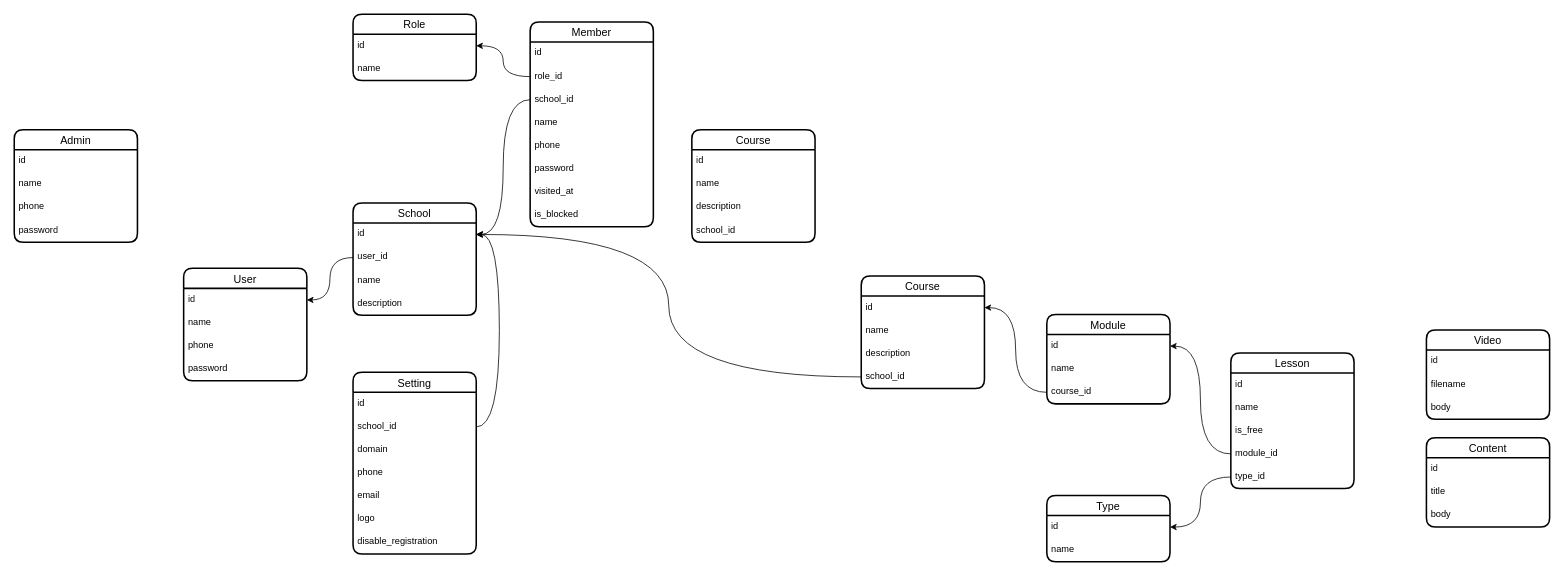
Earlier version of the draw.io diagram Karsoft - LMS.drawio (iztileuoff/databases). Source tidied: cells renumbered, new cells numbered last; positions are measured from the earlier drawing's top-left corner, leaving out a move shared by most shapes. Both pictures are drawn from the tidied source at 77%, with x=0, y=0 at pixel (14, 14).
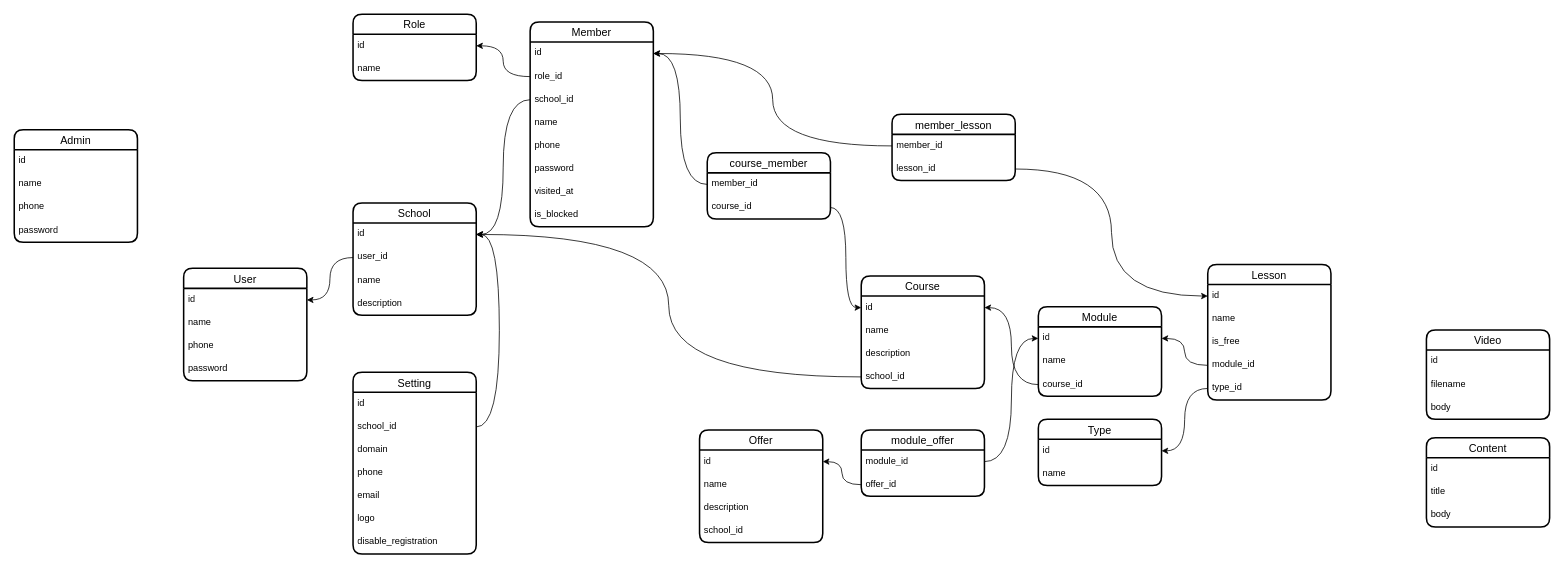
Above is the later version.

Unchanged cells that the change refers to:
```xml
<mxCell id="13" value="id" style="text;strokeColor=none;fillColor=none;spacingLeft=4;spacingRight=4;overflow=hidden;points=[[0,0.5],[1,0.5]];portConstraint=eastwest;fontSize=12;whiteSpace=wrap;html=1;" parent="12" vertex="1">
  <mxGeometry y="26" width="160" height="30" as="geometry" />
</mxCell>
<mxCell id="30" value="id" style="text;strokeColor=none;fillColor=none;spacingLeft=4;spacingRight=4;overflow=hidden;points=[[0,0.5],[1,0.5]];portConstraint=eastwest;fontSize=12;whiteSpace=wrap;html=1;" parent="29" vertex="1">
  <mxGeometry y="26" width="160" height="30" as="geometry" />
</mxCell>
<mxCell id="35" value="id" style="text;strokeColor=none;fillColor=none;spacingLeft=4;spacingRight=4;overflow=hidden;points=[[0,0.5],[1,0.5]];portConstraint=eastwest;fontSize=12;whiteSpace=wrap;html=1;" parent="34" vertex="1">
  <mxGeometry y="26" width="160" height="30" as="geometry" />
</mxCell>
<mxCell id="39" value="id" style="text;strokeColor=none;fillColor=none;spacingLeft=4;spacingRight=4;overflow=hidden;points=[[0,0.5],[1,0.5]];portConstraint=eastwest;fontSize=12;whiteSpace=wrap;html=1;" parent="38" vertex="1">
  <mxGeometry y="26" width="160" height="30" as="geometry" />
</mxCell>
```

What changed in the source:
```diff
@@
     <mxCell id="34" value="Module" style="swimlane;fontStyle=0;horizontal=1;startSize=26;align=center;fontSize=14;strokeWidth=2;rounded=1;shadow=0;glass=0;swimlaneLine=1;" parent="1" vertex="1">
-      <mxGeometry x="1341" y="390" width="160" height="116" as="geometry" />
+      <mxGeometry x="1330" y="380" width="160" height="116" as="geometry" />
     </mxCell>
@@
     <mxCell id="38" value="Lesson" style="swimlane;fontStyle=0;horizontal=1;startSize=26;align=center;fontSize=14;strokeWidth=2;rounded=1;shadow=0;glass=0;swimlaneLine=1;" parent="1" vertex="1">
-      <mxGeometry x="1580" y="440" width="160" height="176" as="geometry" />
+      <mxGeometry x="1550" y="325" width="160" height="176" as="geometry" />
     </mxCell>
@@
     <mxCell id="48" value="Type" style="swimlane;fontStyle=0;horizontal=1;startSize=26;align=center;fontSize=14;strokeWidth=2;rounded=1;shadow=0;glass=0;swimlaneLine=1;" parent="1" vertex="1">
-      <mxGeometry x="1341" y="625" width="160" height="86" as="geometry" />
+      <mxGeometry x="1330" y="526" width="160" height="86" as="geometry" />
     </mxCell>
@@
-    <mxCell id="71" value="Course" style="swimlane;fontStyle=0;horizontal=1;startSize=26;align=center;fontSize=14;strokeWidth=2;rounded=1;shadow=0;glass=0;swimlaneLine=1;" parent="1" vertex="1">
-      <mxGeometry x="880" y="150" width="160" height="146" as="geometry" />
+    <mxCell id="71" value="course_member" style="swimlane;fontStyle=0;horizontal=1;startSize=26;align=center;fontSize=14;strokeWidth=2;rounded=1;shadow=0;glass=0;swimlaneLine=1;" parent="1" vertex="1">
+      <mxGeometry x="900" y="180" width="160" height="86" as="geometry" />
     </mxCell>
+    <mxCell id="73" value="member_id" style="text;strokeColor=none;fillColor=none;spacingLeft=4;spacingRight=4;overflow=hidden;points=[[0,0.5],[1,0.5]];portConstraint=eastwest;fontSize=12;whiteSpace=wrap;html=1;" parent="71" vertex="1">
+      <mxGeometry y="26" width="160" height="30" as="geometry" />
+    </mxCell>
-    <mxCell id="72" value="id" style="text;strokeColor=none;fillColor=none;spacingLeft=4;spacingRight=4;overflow=hidden;points=[[0,0.5],[1,0.5]];portConstraint=eastwest;fontSize=12;whiteSpace=wrap;html=1;" parent="71" vertex="1">
-      <mxGeometry y="26" width="160" height="30" as="geometry" />
+    <mxCell id="72" value="course_id" style="text;strokeColor=none;fillColor=none;spacingLeft=4;spacingRight=4;overflow=hidden;points=[[0,0.5],[1,0.5]];portConstraint=eastwest;fontSize=12;whiteSpace=wrap;html=1;" parent="71" vertex="1">
+      <mxGeometry y="56" width="160" height="30" as="geometry" />
     </mxCell>
-    <mxCell id="73" value="name" style="text;strokeColor=none;fillColor=none;spacingLeft=4;spacingRight=4;overflow=hidden;points=[[0,0.5],[1,0.5]];portConstraint=eastwest;fontSize=12;whiteSpace=wrap;html=1;" parent="71" vertex="1">
-      <mxGeometry y="56" width="160" height="30" as="geometry" />
-    </mxCell>
+    <mxCell id="76" value="member_lesson" style="swimlane;fontStyle=0;horizontal=1;startSize=26;align=center;fontSize=14;strokeWidth=2;rounded=1;shadow=0;glass=0;swimlaneLine=1;" parent="1" vertex="1">
+      <mxGeometry x="1140" y="130" width="160" height="86" as="geometry" />
+    </mxCell>
+    <mxCell id="77" value="member_id" style="text;strokeColor=none;fillColor=none;spacingLeft=4;spacingRight=4;overflow=hidden;points=[[0,0.5],[1,0.5]];portConstraint=eastwest;fontSize=12;whiteSpace=wrap;html=1;" parent="76" vertex="1">
+      <mxGeometry y="26" width="160" height="30" as="geometry" />
+    </mxCell>
+    <mxCell id="78" value="lesson_id" style="text;strokeColor=none;fillColor=none;spacingLeft=4;spacingRight=4;overflow=hidden;points=[[0,0.5],[1,0.5]];portConstraint=eastwest;fontSize=12;whiteSpace=wrap;html=1;" parent="76" vertex="1">
+      <mxGeometry y="56" width="160" height="30" as="geometry" />
+    </mxCell>
+    <mxCell id="79" style="edgeStyle=orthogonalEdgeStyle;rounded=0;jettySize=auto;html=1;entryX=0;entryY=0.5;entryDx=0;entryDy=0;curved=1;" parent="1" edge="1" source="72" target="30">
+      <mxGeometry relative="1" as="geometry" />
+    </mxCell>
+    <mxCell id="80" style="edgeStyle=orthogonalEdgeStyle;rounded=0;jettySize=auto;html=1;entryX=1;entryY=0.5;entryDx=0;entryDy=0;curved=1;" parent="1" edge="1" source="73" target="13">
+      <mxGeometry relative="1" as="geometry" />
+    </mxCell>
+    <mxCell id="81" style="edgeStyle=orthogonalEdgeStyle;rounded=0;jettySize=auto;html=1;entryX=1;entryY=0.5;entryDx=0;entryDy=0;curved=1;" parent="1" edge="1" source="77" target="13">
+      <mxGeometry relative="1" as="geometry" />
+    </mxCell>
+    <mxCell id="82" style="edgeStyle=orthogonalEdgeStyle;rounded=0;jettySize=auto;html=1;entryX=0;entryY=0.5;entryDx=0;entryDy=0;curved=1;" parent="1" edge="1" source="78" target="39">
+      <mxGeometry relative="1" as="geometry" />
+    </mxCell>
+    <mxCell id="83" value="Offer" style="swimlane;fontStyle=0;horizontal=1;startSize=26;align=center;fontSize=14;strokeWidth=2;rounded=1;shadow=0;glass=0;swimlaneLine=1;" parent="1" vertex="1">
+      <mxGeometry x="890" y="540" width="160" height="146" as="geometry" />
+    </mxCell>
+    <mxCell id="84" value="id" style="text;strokeColor=none;fillColor=none;spacingLeft=4;spacingRight=4;overflow=hidden;points=[[0,0.5],[1,0.5]];portConstraint=eastwest;fontSize=12;whiteSpace=wrap;html=1;" parent="83" vertex="1">
+      <mxGeometry y="26" width="160" height="30" as="geometry" />
+    </mxCell>
+    <mxCell id="85" value="name" style="text;strokeColor=none;fillColor=none;spacingLeft=4;spacingRight=4;overflow=hidden;fontSize=12;whiteSpace=wrap;html=1;" parent="83" vertex="1">
+      <mxGeometry y="56" width="160" height="30" as="geometry" />
+    </mxCell>
-    <mxCell id="74" value="description" style="text;strokeColor=none;fillColor=none;spacingLeft=4;spacingRight=4;overflow=hidden;fontSize=12;whiteSpace=wrap;html=1;" parent="71" vertex="1">
+    <mxCell id="74" value="description" style="text;strokeColor=none;fillColor=none;spacingLeft=4;spacingRight=4;overflow=hidden;fontSize=12;whiteSpace=wrap;html=1;" parent="83" vertex="1">
       <mxGeometry y="86" width="160" height="30" as="geometry" />
     </mxCell>
-    <mxCell id="75" value="school_id" style="text;strokeColor=none;fillColor=none;spacingLeft=4;spacingRight=4;overflow=hidden;fontSize=12;whiteSpace=wrap;html=1;" parent="71" vertex="1">
+    <mxCell id="75" value="school_id" style="text;strokeColor=none;fillColor=none;spacingLeft=4;spacingRight=4;overflow=hidden;fontSize=12;whiteSpace=wrap;html=1;" parent="83" vertex="1">
       <mxGeometry y="116" width="160" height="30" as="geometry" />
     </mxCell>
+    <mxCell id="86" value="module_offer" style="swimlane;fontStyle=0;horizontal=1;startSize=26;align=center;fontSize=14;strokeWidth=2;rounded=1;shadow=0;glass=0;swimlaneLine=1;" parent="1" vertex="1">
+      <mxGeometry x="1100" y="540" width="160" height="86" as="geometry" />
+    </mxCell>
+    <mxCell id="87" value="module_id" style="text;strokeColor=none;fillColor=none;spacingLeft=4;spacingRight=4;overflow=hidden;points=[[0,0.5],[1,0.5]];portConstraint=eastwest;fontSize=12;whiteSpace=wrap;html=1;" parent="86" vertex="1">
+      <mxGeometry y="26" width="160" height="30" as="geometry" />
+    </mxCell>
+    <mxCell id="88" value="offer_id" style="text;strokeColor=none;fillColor=none;spacingLeft=4;spacingRight=4;overflow=hidden;points=[[0,0.5],[1,0.5]];portConstraint=eastwest;fontSize=12;whiteSpace=wrap;html=1;" parent="86" vertex="1">
+      <mxGeometry y="56" width="160" height="30" as="geometry" />
+    </mxCell>
+    <mxCell id="89" style="edgeStyle=orthogonalEdgeStyle;rounded=0;jettySize=auto;html=1;entryX=1;entryY=0.5;entryDx=0;entryDy=0;curved=1;" parent="1" edge="1" source="88" target="84">
+      <mxGeometry relative="1" as="geometry" />
+    </mxCell>
+    <mxCell id="90" style="edgeStyle=orthogonalEdgeStyle;rounded=0;jettySize=auto;html=1;entryX=0;entryY=0.5;entryDx=0;entryDy=0;curved=1;" parent="1" edge="1" source="87" target="35">
+      <mxGeometry relative="1" as="geometry" />
+    </mxCell>
```
